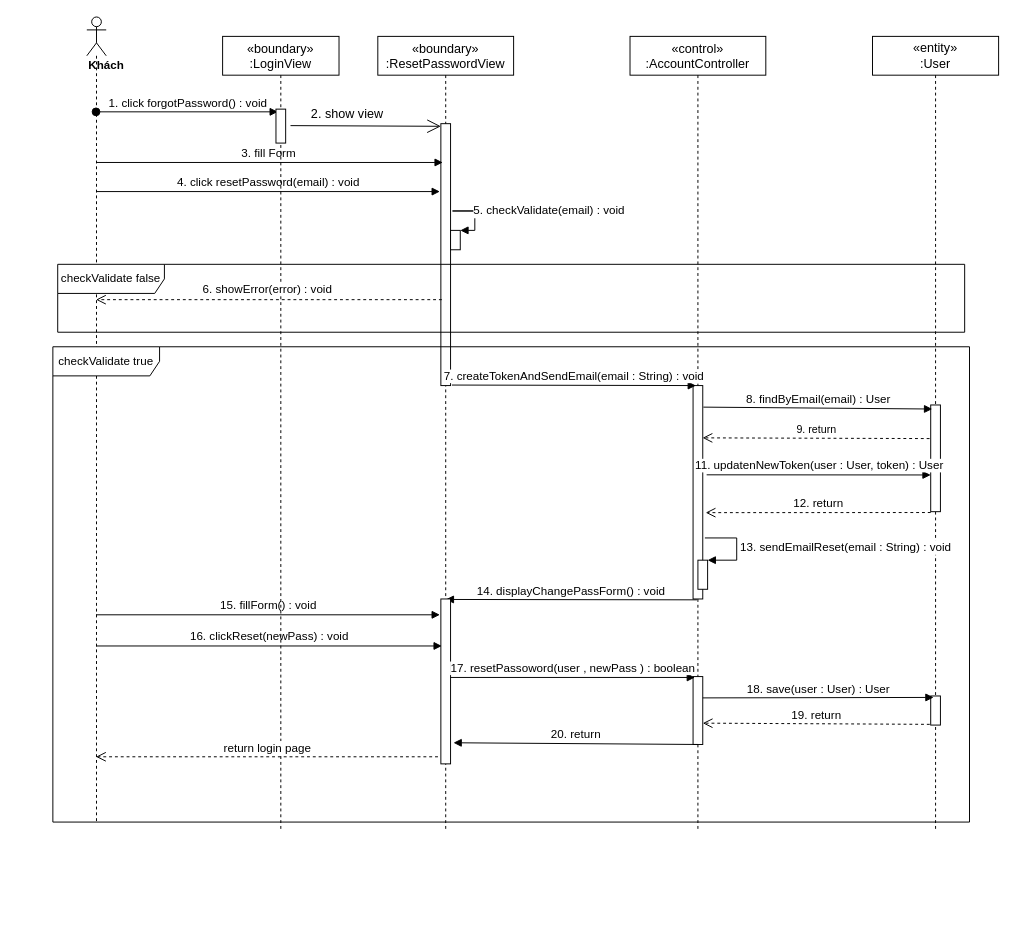
Earlier version of the draw.io diagram sequence diagram/forgot-password-sequence-diagram.drawio (nguyenphamvan/datn_20202). Source tidied: cells renumbered, new cells numbered last; positions are measured from the earlier drawing's top-left corner, leaving out a move shared by most shapes. Both pictures are drawn from the tidied source at 97%, with x=0, y=0 at pixel (52, 16).
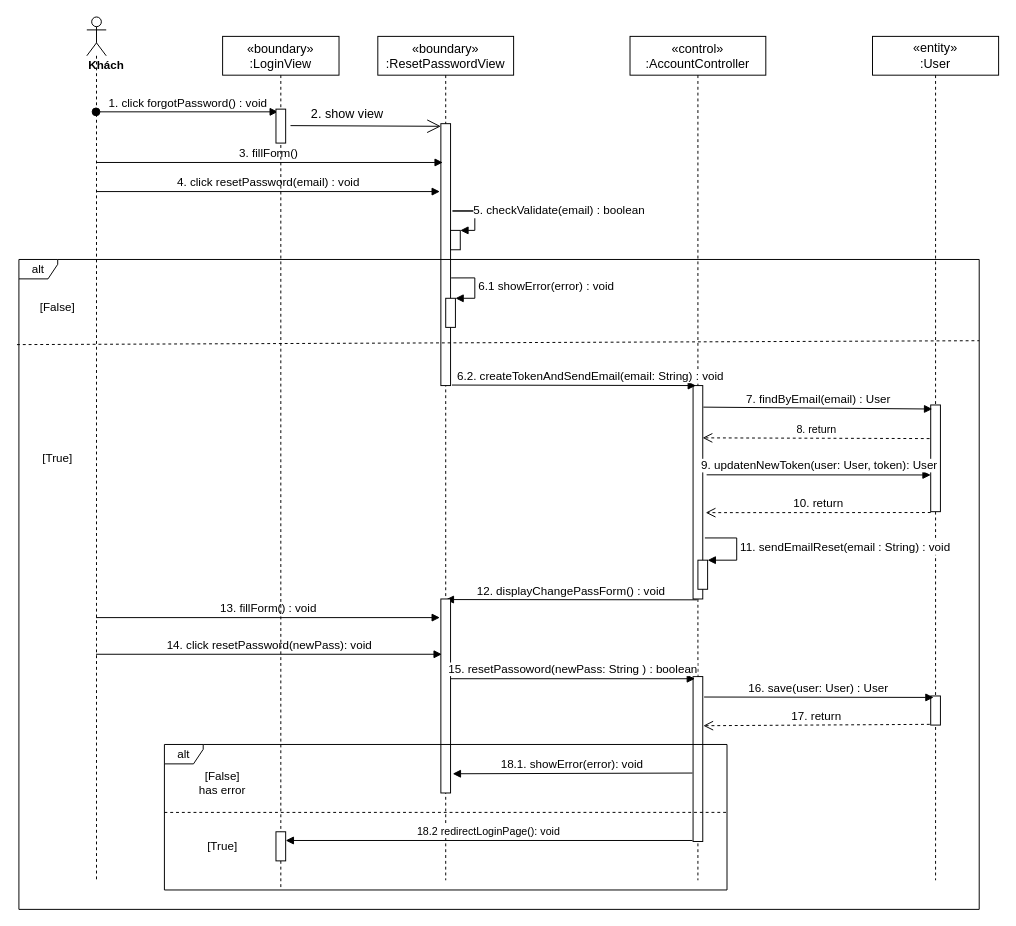
The same diagram, later.

Unchanged cells that the change refers to:
```xml
<mxCell id="3" style="html=1;points=[];perimeter=orthogonalPerimeter;" parent="2" vertex="1">
  <mxGeometry x="65" y="90" width="10" height="270" as="geometry" />
</mxCell>
<mxCell id="8" style="points=[];perimeter=orthogonalPerimeter;rounded=0;shadow=0;strokeWidth=1;" parent="7" vertex="1">
  <mxGeometry x="60" y="380" width="10" height="110" as="geometry" />
</mxCell>
<mxCell id="9" style="points=[];perimeter=orthogonalPerimeter;rounded=0;shadow=0;strokeWidth=1;" parent="1" vertex="1">
  <mxGeometry x="660" y="380" width="10" height="220" as="geometry" />
</mxCell>
<mxCell id="20" style="html=1;points=[];perimeter=orthogonalPerimeter;" parent="1" vertex="1">
  <mxGeometry x="905" y="700" width="10" height="30" as="geometry" />
</mxCell>
<mxCell id="27" style="html=1;points=[];perimeter=orthogonalPerimeter;" parent="1" vertex="1">
  <mxGeometry x="410" y="220" width="10" height="20" as="geometry" />
</mxCell>
<mxCell id="29" style="html=1;points=[];perimeter=orthogonalPerimeter;" parent="1" vertex="1">
  <mxGeometry x="665" y="560" width="10" height="30" as="geometry" />
</mxCell>
```

What changed in the source:
```diff
@@
     <mxCell id="2" value="«boundary»&#10;:ResetPasswordView" style="shape=umlLifeline;perimeter=lifelinePerimeter;rounded=0;shadow=0;strokeWidth=1;fontSize=13;" parent="1" vertex="1">
-      <mxGeometry x="335" y="20" width="140" height="820" as="geometry" />
+      <mxGeometry x="335" y="20" width="140" height="870" as="geometry" />
     </mxCell>
@@
     <mxCell id="4" value="«control»&#10;:AccountController" style="shape=umlLifeline;perimeter=lifelinePerimeter;rounded=0;shadow=0;strokeWidth=1;fontSize=13;" parent="1" vertex="1">
-      <mxGeometry x="595" y="20" width="140" height="820" as="geometry" />
+      <mxGeometry x="595" y="20" width="140" height="870" as="geometry" />
     </mxCell>
     <mxCell id="5" value="&lt;div&gt;&lt;b&gt;Khách&lt;/b&gt;&lt;/div&gt;" style="shape=umlLifeline;participant=umlActor;perimeter=lifelinePerimeter;whiteSpace=wrap;html=1;verticalAlign=top;spacingTop=36;outlineConnect=0;align=left;" parent="1" vertex="1">
-      <mxGeometry x="35" width="20" height="830" as="geometry" />
+      <mxGeometry x="35" width="20" height="890" as="geometry" />
     </mxCell>
-    <mxCell id="6" value="&lt;font style=&quot;font-size: 12px&quot;&gt;3. fill Form&amp;nbsp;&lt;/font&gt;" style="html=1;verticalAlign=bottom;endArrow=block;" parent="1" edge="1" source="5">
+    <mxCell id="6" value="&lt;font style=&quot;font-size: 12px&quot;&gt;3. fillForm()&amp;nbsp;&lt;/font&gt;" style="html=1;verticalAlign=bottom;endArrow=block;" parent="1" edge="1" source="5">
       <mxGeometry relative="1" as="geometry">
         <mxPoint x="402" y="150" as="targetPoint" />
       </mxGeometry>
     </mxCell>
     <mxCell id="7" value="&lt;font style=&quot;font-size: 13px&quot;&gt;&lt;span&gt;«entity»&lt;br&gt;&lt;/span&gt;:User&lt;/font&gt;" style="shape=umlLifeline;perimeter=lifelinePerimeter;whiteSpace=wrap;html=1;" parent="1" vertex="1">
-      <mxGeometry x="845" y="20" width="130" height="820" as="geometry" />
+      <mxGeometry x="845" y="20" width="130" height="870" as="geometry" />
     </mxCell>
@@
-    <mxCell id="11" value="&lt;font style=&quot;font-size: 12px&quot;&gt;7. createTokenAndSendEmail(email : String) : void&lt;/font&gt;" style="html=1;verticalAlign=bottom;endArrow=block;entryX=0.3;entryY=0;entryDx=0;entryDy=0;entryPerimeter=0;exitX=1.14;exitY=0.998;exitDx=0;exitDy=0;exitPerimeter=0;" parent="1" edge="1" source="3" target="9">
-      <mxGeometry relative="1" as="geometry" />
+    <mxCell id="11" value="&lt;font style=&quot;font-size: 12px&quot;&gt;6.2. createTokenAndSendEmail(email: String) : void&lt;/font&gt;" style="html=1;verticalAlign=bottom;endArrow=block;entryX=0.3;entryY=0;entryDx=0;entryDy=0;entryPerimeter=0;exitX=1.14;exitY=0.998;exitDx=0;exitDy=0;exitPerimeter=0;" parent="1" edge="1" source="3" target="9">
+      <mxGeometry x="0.14" relative="1" as="geometry" />
     </mxCell>
-    <mxCell id="12" value="&lt;font style=&quot;font-size: 12px&quot;&gt;8. findByEmail(email) : User&lt;/font&gt;" style="html=1;verticalAlign=bottom;endArrow=block;exitX=1.06;exitY=0.101;exitDx=0;exitDy=0;exitPerimeter=0;entryX=0.16;entryY=0.038;entryDx=0;entryDy=0;entryPerimeter=0;" parent="1" edge="1" source="9" target="8">
+    <mxCell id="12" value="&lt;font style=&quot;font-size: 12px&quot;&gt;7. findByEmail(email) : User&lt;/font&gt;" style="html=1;verticalAlign=bottom;endArrow=block;exitX=1.06;exitY=0.101;exitDx=0;exitDy=0;exitPerimeter=0;entryX=0.16;entryY=0.038;entryDx=0;entryDy=0;entryPerimeter=0;" parent="1" edge="1" source="9" target="8">
       <mxGeometry relative="1" as="geometry" />
     </mxCell>
-    <mxCell id="13" value="&lt;font style=&quot;font-size: 12px&quot;&gt;11. updatenNewToken(user : User, token) : User&lt;/font&gt;" style="html=1;verticalAlign=bottom;endArrow=block;entryX=0;entryY=0.656;entryDx=0;entryDy=0;entryPerimeter=0;" parent="1" edge="1" target="8">
+    <mxCell id="13" value="&lt;font style=&quot;font-size: 12px&quot;&gt;9. updatenNewToken(user: User, token): User&lt;/font&gt;" style="html=1;verticalAlign=bottom;endArrow=block;entryX=0;entryY=0.656;entryDx=0;entryDy=0;entryPerimeter=0;" parent="1" edge="1" target="8">
       <mxGeometry relative="1" as="geometry">
         <mxPoint x="674" y="472" as="sourcePoint" />
       </mxGeometry>
     </mxCell>
-    <mxCell id="14" value="&lt;font style=&quot;font-size: 12px&quot;&gt;12. return&lt;/font&gt;" style="html=1;verticalAlign=bottom;endArrow=open;dashed=1;endSize=8;exitX=0;exitY=1.008;exitDx=0;exitDy=0;exitPerimeter=0;" parent="1" edge="1" source="8">
+    <mxCell id="14" value="&lt;font style=&quot;font-size: 12px&quot;&gt;10. return&lt;/font&gt;" style="html=1;verticalAlign=bottom;endArrow=open;dashed=1;endSize=8;exitX=0;exitY=1.008;exitDx=0;exitDy=0;exitPerimeter=0;" parent="1" edge="1" source="8">
       <mxGeometry relative="1" as="geometry">
         <mxPoint x="673" y="511" as="targetPoint" />
       </mxGeometry>
     </mxCell>
-    <mxCell id="15" value="&lt;font style=&quot;font-size: 12px&quot;&gt;14. displayChangePassForm() : void&lt;/font&gt;" style="html=1;verticalAlign=bottom;endArrow=block;exitX=0.4;exitY=1.004;exitDx=0;exitDy=0;exitPerimeter=0;entryX=0.5;entryY=0.003;entryDx=0;entryDy=0;entryPerimeter=0;" parent="1" edge="1" source="9" target="17">
+    <mxCell id="15" value="&lt;font style=&quot;font-size: 12px&quot;&gt;12. displayChangePassForm() : void&lt;/font&gt;" style="html=1;verticalAlign=bottom;endArrow=block;exitX=0.4;exitY=1.004;exitDx=0;exitDy=0;exitPerimeter=0;entryX=0.5;entryY=0.003;entryDx=0;entryDy=0;entryPerimeter=0;" parent="1" edge="1" source="9" target="17">
       <mxGeometry relative="1" as="geometry" />
     </mxCell>
-    <mxCell id="16" value="&lt;font style=&quot;font-size: 12px&quot;&gt;15. fillForm() : void&lt;/font&gt;" style="html=1;verticalAlign=bottom;endArrow=block;entryX=-0.1;entryY=0.096;entryDx=0;entryDy=0;entryPerimeter=0;" parent="1" edge="1" source="5" target="17">
+    <mxCell id="16" value="&lt;font style=&quot;font-size: 12px&quot;&gt;13. fillForm() : void&lt;/font&gt;" style="html=1;verticalAlign=bottom;endArrow=block;entryX=-0.1;entryY=0.096;entryDx=0;entryDy=0;entryPerimeter=0;" parent="1" edge="1" source="5" target="17">
       <mxGeometry relative="1" as="geometry" />
     </mxCell>
     <mxCell id="17" style="html=1;points=[];perimeter=orthogonalPerimeter;" parent="1" vertex="1">
-      <mxGeometry x="400" y="600" width="10" height="170" as="geometry" />
+      <mxGeometry x="400" y="600" width="10" height="200" as="geometry" />
     </mxCell>
     <mxCell id="18" style="html=1;points=[];perimeter=orthogonalPerimeter;" parent="1" vertex="1">
-      <mxGeometry x="660" y="680" width="10" height="70" as="geometry" />
+      <mxGeometry x="660" y="680" width="10" height="170" as="geometry" />
     </mxCell>
-    <mxCell id="19" value="&lt;font style=&quot;font-size: 12px&quot;&gt;17. resetPassoword(user , newPass ) : boolean&lt;/font&gt;" style="html=1;verticalAlign=bottom;endArrow=block;entryX=0.2;entryY=0.013;entryDx=0;entryDy=0;entryPerimeter=0;" parent="1" edge="1" source="17" target="18">
+    <mxCell id="19" value="&lt;font style=&quot;font-size: 12px&quot;&gt;15. resetPassoword(newPass: String ) : boolean&lt;/font&gt;" style="html=1;verticalAlign=bottom;endArrow=block;entryX=0.2;entryY=0.013;entryDx=0;entryDy=0;entryPerimeter=0;" parent="1" edge="1" source="17" target="18">
       <mxGeometry relative="1" as="geometry" />
     </mxCell>
@@
-    <mxCell id="21" value="&lt;font style=&quot;font-size: 12px&quot;&gt;18. save(user : User) : User&lt;/font&gt;" style="html=1;verticalAlign=bottom;endArrow=block;entryX=0.3;entryY=0.05;entryDx=0;entryDy=0;entryPerimeter=0;exitX=1;exitY=0.314;exitDx=0;exitDy=0;exitPerimeter=0;" parent="1" edge="1" source="18" target="20">
+    <mxCell id="21" value="&lt;font style=&quot;font-size: 12px&quot;&gt;16. save(user: User) : User&lt;/font&gt;" style="html=1;verticalAlign=bottom;endArrow=block;entryX=0.3;entryY=0.05;entryDx=0;entryDy=0;entryPerimeter=0;exitX=1.14;exitY=0.124;exitDx=0;exitDy=0;exitPerimeter=0;" parent="1" edge="1" source="18" target="20">
       <mxGeometry relative="1" as="geometry" />
     </mxCell>
-    <mxCell id="22" value="&lt;font style=&quot;font-size: 12px&quot;&gt;19. return&lt;/font&gt;" style="html=1;verticalAlign=bottom;endArrow=open;dashed=1;endSize=8;exitX=-0.1;exitY=0.975;exitDx=0;exitDy=0;exitPerimeter=0;entryX=1;entryY=0.686;entryDx=0;entryDy=0;entryPerimeter=0;" parent="1" edge="1" source="20" target="18">
+    <mxCell id="22" value="&lt;font style=&quot;font-size: 12px&quot;&gt;17. return&lt;/font&gt;" style="html=1;verticalAlign=bottom;endArrow=open;dashed=1;endSize=8;exitX=-0.1;exitY=0.975;exitDx=0;exitDy=0;exitPerimeter=0;entryX=1.06;entryY=0.298;entryDx=0;entryDy=0;entryPerimeter=0;" parent="1" edge="1" source="20" target="18">
       <mxGeometry relative="1" as="geometry" />
     </mxCell>
-    <mxCell id="23" value="&lt;font style=&quot;font-size: 12px&quot;&gt;20. return&lt;/font&gt;" style="html=1;verticalAlign=bottom;endArrow=block;exitX=0.5;exitY=1;exitDx=0;exitDy=0;exitPerimeter=0;entryX=1.3;entryY=0.872;entryDx=0;entryDy=0;entryPerimeter=0;" parent="1" edge="1" source="18" target="17">
+    <mxCell id="23" value="&lt;font style=&quot;font-size: 12px&quot;&gt;18.1. showError(error): void&lt;/font&gt;" style="html=1;verticalAlign=bottom;endArrow=block;entryX=1.22;entryY=0.901;entryDx=0;entryDy=0;entryPerimeter=0;exitX=-0.06;exitY=0.585;exitDx=0;exitDy=0;exitPerimeter=0;" parent="1" edge="1" source="18" target="17">
       <mxGeometry relative="1" as="geometry" />
     </mxCell>
-    <mxCell id="24" value="&lt;font style=&quot;font-size: 12px&quot;&gt;16. clickReset(newPass) : void&lt;/font&gt;" style="html=1;verticalAlign=bottom;endArrow=block;entryX=0.1;entryY=0.285;entryDx=0;entryDy=0;entryPerimeter=0;" parent="1" edge="1" source="5" target="17">
+    <mxCell id="24" value="&lt;font style=&quot;font-size: 12px&quot;&gt;14. click resetPassword(newPass): void&lt;/font&gt;" style="html=1;verticalAlign=bottom;endArrow=block;entryX=0.1;entryY=0.285;entryDx=0;entryDy=0;entryPerimeter=0;" parent="1" edge="1" source="5" target="17">
       <mxGeometry relative="1" as="geometry" />
     </mxCell>
-    <mxCell id="25" value="9. return" style="html=1;verticalAlign=bottom;endArrow=open;dashed=1;endSize=8;exitX=-0.12;exitY=0.315;exitDx=0;exitDy=0;exitPerimeter=0;entryX=0.98;entryY=0.245;entryDx=0;entryDy=0;entryPerimeter=0;" parent="1" edge="1" source="8" target="9">
+    <mxCell id="25" value="8. return" style="html=1;verticalAlign=bottom;endArrow=open;dashed=1;endSize=8;exitX=-0.12;exitY=0.315;exitDx=0;exitDy=0;exitPerimeter=0;entryX=0.98;entryY=0.245;entryDx=0;entryDy=0;entryPerimeter=0;" parent="1" edge="1" source="8" target="9">
       <mxGeometry relative="1" as="geometry" />
     </mxCell>
@@
-    <mxCell id="28" value="&lt;font style=&quot;font-size: 12px&quot;&gt;5. checkValidate(email) : void&lt;/font&gt;" style="edgeStyle=orthogonalEdgeStyle;html=1;align=left;spacingLeft=2;endArrow=block;rounded=0;entryX=1;entryY=0;" parent="1" edge="1" target="27">
+    <mxCell id="28" value="&lt;font style=&quot;font-size: 12px&quot;&gt;5. checkValidate(email) : boolean&lt;/font&gt;" style="edgeStyle=orthogonalEdgeStyle;html=1;align=left;spacingLeft=2;endArrow=block;rounded=0;entryX=1;entryY=0;" parent="1" edge="1" target="27">
       <mxGeometry relative="1" as="geometry">
         <mxPoint x="435" y="200" as="sourcePoint" />
         <Array as="points">
           <mxPoint x="412" y="200" />
           <mxPoint x="435" y="200" />
           <mxPoint x="435" y="235" />
         </Array>
       </mxGeometry>
     </mxCell>
@@
-    <mxCell id="30" value="&lt;font style=&quot;font-size: 12px&quot;&gt;13. sendEmailReset(email : String) : void&lt;/font&gt;" style="edgeStyle=orthogonalEdgeStyle;html=1;align=left;spacingLeft=2;endArrow=block;rounded=0;entryX=1;entryY=0;exitX=1.22;exitY=0.714;exitDx=0;exitDy=0;exitPerimeter=0;" parent="1" edge="1" source="9" target="29">
+    <mxCell id="30" value="&lt;font style=&quot;font-size: 12px&quot;&gt;11. sendEmailReset(email : String) : void&lt;/font&gt;" style="edgeStyle=orthogonalEdgeStyle;html=1;align=left;spacingLeft=2;endArrow=block;rounded=0;entryX=1;entryY=0;exitX=1.22;exitY=0.714;exitDx=0;exitDy=0;exitPerimeter=0;" parent="1" edge="1" source="9" target="29">
       <mxGeometry relative="1" as="geometry">
         <Array as="points">
           <mxPoint x="705" y="537" />
           <mxPoint x="705" y="560" />
         </Array>
       </mxGeometry>
     </mxCell>
     <mxCell id="31" value="«boundary»&#10;:LoginView" style="shape=umlLifeline;perimeter=lifelinePerimeter;rounded=0;shadow=0;strokeWidth=1;fontSize=13;" parent="1" vertex="1">
-      <mxGeometry x="175" y="20" width="120" height="820" as="geometry" />
+      <mxGeometry x="175" y="20" width="120" height="880" as="geometry" />
     </mxCell>
@@
-    <mxCell id="36" value="checkValidate false" style="shape=umlFrame;whiteSpace=wrap;html=1;width=110;height=30;" parent="1" vertex="1">
-      <mxGeometry x="5" y="255" width="935" height="70" as="geometry" />
+    <mxCell id="36" value="alt" style="shape=umlFrame;whiteSpace=wrap;html=1;width=40;height=20;" parent="1" vertex="1">
+      <mxGeometry x="115" y="750" width="580" height="150" as="geometry" />
     </mxCell>
-    <mxCell id="37" value="&lt;font style=&quot;font-size: 12px&quot;&gt;6. showError(error) : void&lt;/font&gt;" style="html=1;verticalAlign=bottom;endArrow=open;dashed=1;endSize=8;exitX=0.1;exitY=0.672;exitDx=0;exitDy=0;exitPerimeter=0;" parent="1" edge="1" source="3" target="5">
-      <mxGeometry x="0.01" y="-1" relative="1" as="geometry" />
-    </mxCell>
-    <mxCell id="38" value="&lt;font style=&quot;font-size: 12px&quot;&gt;return login page&lt;/font&gt;" style="html=1;verticalAlign=bottom;endArrow=open;dashed=1;endSize=8;exitX=-0.3;exitY=0.957;exitDx=0;exitDy=0;exitPerimeter=0;" parent="1" edge="1" source="17" target="5">
-      <mxGeometry relative="1" as="geometry" />
-    </mxCell>
-    <mxCell id="39" value="checkValidate true" style="shape=umlFrame;whiteSpace=wrap;html=1;width=110;height=30;" parent="1" vertex="1">
-      <mxGeometry y="340" width="945" height="490" as="geometry" />
+    <mxCell id="39" value="alt" style="shape=umlFrame;whiteSpace=wrap;html=1;width=40;height=20;" parent="1" vertex="1">
+      <mxGeometry x="-35" y="250" width="990" height="670" as="geometry" />
     </mxCell>
+    <mxCell id="40" style="html=1;points=[];perimeter=orthogonalPerimeter;" parent="1" vertex="1">
+      <mxGeometry x="405" y="290" width="10" height="30" as="geometry" />
+    </mxCell>
+    <mxCell id="41" value="&lt;span style=&quot;font-size: 12px ; text-align: center&quot;&gt;6.1 showError(error) : void&lt;/span&gt;" style="edgeStyle=orthogonalEdgeStyle;html=1;align=left;spacingLeft=2;endArrow=block;rounded=0;entryX=1;entryY=0;exitX=1.06;exitY=0.589;exitDx=0;exitDy=0;exitPerimeter=0;" parent="1" edge="1" source="3" target="40">
+      <mxGeometry relative="1" as="geometry">
+        <Array as="points">
+          <mxPoint x="435" y="269" />
+          <mxPoint x="435" y="290" />
+        </Array>
+      </mxGeometry>
+    </mxCell>
+    <mxCell id="42" style="html=1;points=[];perimeter=orthogonalPerimeter;" parent="1" vertex="1">
+      <mxGeometry x="230" y="840" width="10" height="30" as="geometry" />
+    </mxCell>
+    <mxCell id="43" value="18.2 redirectLoginPage(): void" style="html=1;verticalAlign=bottom;endArrow=block;exitX=-0.06;exitY=0.994;exitDx=0;exitDy=0;exitPerimeter=0;" parent="1" edge="1" source="18" target="42">
+      <mxGeometry relative="1" as="geometry" />
+    </mxCell>
+    <mxCell id="44" style="endArrow=none;dashed=1;html=1;exitX=0;exitY=0.467;exitDx=0;exitDy=0;exitPerimeter=0;" parent="1" edge="1" source="36">
+      <mxGeometry relative="1" as="geometry">
+        <mxPoint x="696" y="820" as="targetPoint" />
+      </mxGeometry>
+    </mxCell>
+    <mxCell id="45" value="[False]&lt;br&gt;has error" style="text;html=1;strokeColor=none;fillColor=none;align=center;verticalAlign=middle;whiteSpace=wrap;rounded=0;" parent="1" vertex="1">
+      <mxGeometry x="145" y="780" width="60" height="20" as="geometry" />
+    </mxCell>
+    <mxCell id="46" value="[True]" style="text;html=1;strokeColor=none;fillColor=none;align=center;verticalAlign=middle;whiteSpace=wrap;rounded=0;" parent="1" vertex="1">
+      <mxGeometry x="155" y="845" width="40" height="20" as="geometry" />
+    </mxCell>
+    <mxCell id="47" style="endArrow=none;dashed=1;html=1;exitX=-0.002;exitY=0.131;exitDx=0;exitDy=0;exitPerimeter=0;entryX=1;entryY=0.125;entryDx=0;entryDy=0;entryPerimeter=0;" parent="1" edge="1" source="39" target="39">
+      <mxGeometry relative="1" as="geometry" />
+    </mxCell>
+    <mxCell id="48" value="[False]" style="text;html=1;strokeColor=none;fillColor=none;align=center;verticalAlign=middle;whiteSpace=wrap;rounded=0;" parent="1" vertex="1">
+      <mxGeometry x="-15" y="290" width="40" height="20" as="geometry" />
+    </mxCell>
+    <mxCell id="49" value="[True]" style="text;html=1;strokeColor=none;fillColor=none;align=center;verticalAlign=middle;whiteSpace=wrap;rounded=0;" parent="1" vertex="1">
+      <mxGeometry x="-15" y="445" width="40" height="20" as="geometry" />
+    </mxCell>
```
